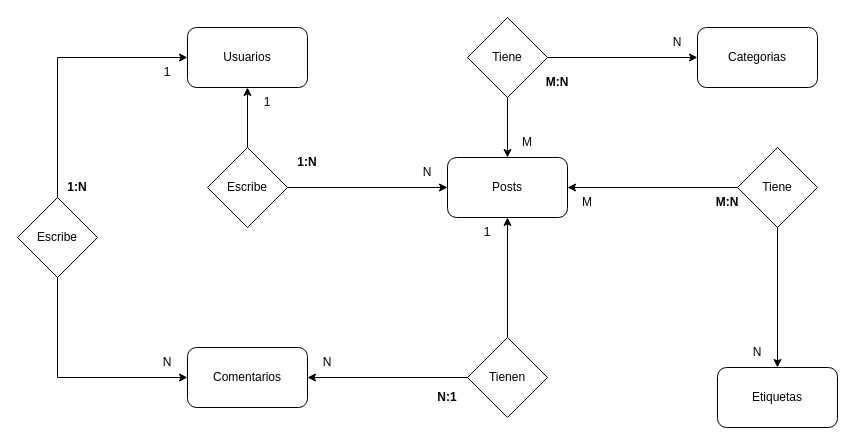
This is src/Diagrama ER PlatziBlog.drawio from Michaelyara1107/banderas-react, a draw.io file, before an edit. Source tidied: cells renumbered, new cells numbered last; positions are measured from the earlier drawing's top-left corner, leaving out a move shared by most shapes. Both pictures are drawn from the tidied source at 100%, with x=0, y=0 at pixel (17, 17).
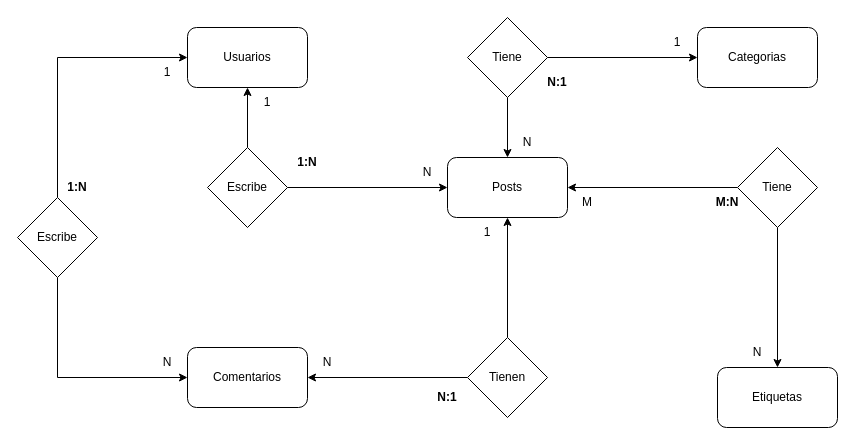
The same page after the edit.

The edit, as a diff of the source:
```diff
@@
-    <mxCell id="28" value="&lt;b&gt;M:N&lt;/b&gt;" style="text;html=1;strokeColor=none;fillColor=none;align=center;verticalAlign=middle;whiteSpace=wrap;rounded=0;" parent="1" vertex="1">
+    <mxCell id="28" value="&lt;b&gt;N:1&lt;/b&gt;" style="text;html=1;strokeColor=none;fillColor=none;align=center;verticalAlign=middle;whiteSpace=wrap;rounded=0;" parent="1" vertex="1">
       <mxGeometry x="510" y="50" width="60" height="30" as="geometry" />
     </mxCell>
-    <mxCell id="29" value="M" style="text;html=1;strokeColor=none;fillColor=none;align=center;verticalAlign=middle;whiteSpace=wrap;rounded=0;" parent="1" vertex="1">
+    <mxCell id="29" value="N" style="text;html=1;strokeColor=none;fillColor=none;align=center;verticalAlign=middle;whiteSpace=wrap;rounded=0;" parent="1" vertex="1">
       <mxGeometry x="480" y="110" width="60" height="30" as="geometry" />
     </mxCell>
-    <mxCell id="30" value="N" style="text;html=1;strokeColor=none;fillColor=none;align=center;verticalAlign=middle;whiteSpace=wrap;rounded=0;" parent="1" vertex="1">
+    <mxCell id="30" value="1" style="text;html=1;strokeColor=none;fillColor=none;align=center;verticalAlign=middle;whiteSpace=wrap;rounded=0;" parent="1" vertex="1">
       <mxGeometry x="630" y="10" width="60" height="30" as="geometry" />
     </mxCell>
```
